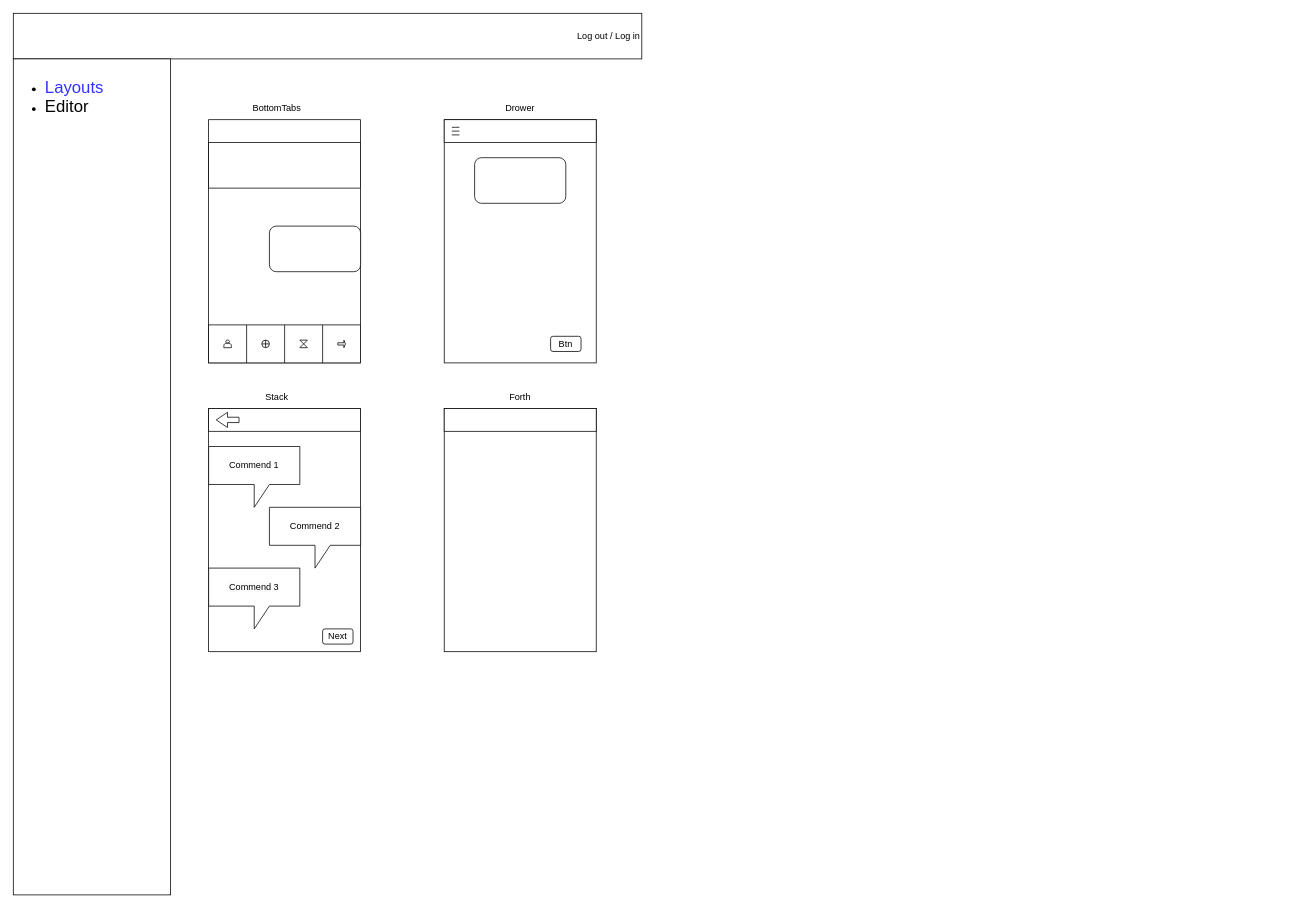
Above: Диаграмма без названия.drawio in Egorwrk/draw.io (draw.io), before the change. Source tidied: cells renumbered, new cells numbered last; positions are measured from the earlier drawing's top-left corner, leaving out a move shared by most shapes. Both pictures are drawn from the tidied source at 76%, with x=0, y=0 at pixel (13, 13).
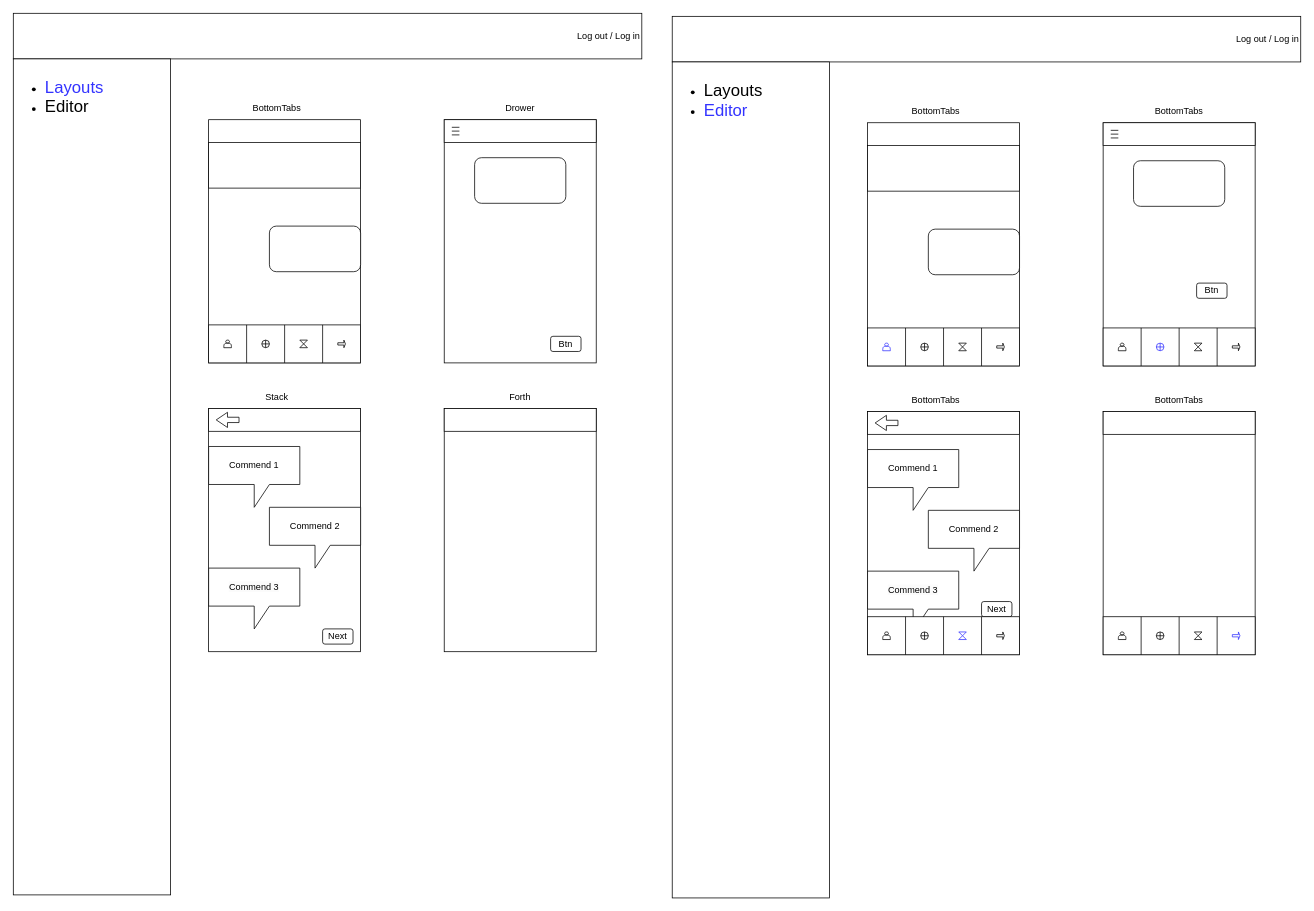
Above is the later version.

Commit message:
Editor Page layout

What changed in the source:
```diff
@@
+    <mxCell id="36" value="Log out / Log in" style="rounded=0;whiteSpace=wrap;html=1;align=right;" parent="1" vertex="1">
+      <mxGeometry x="867" y="4" width="827" height="60" as="geometry" />
+    </mxCell>
+    <mxCell id="37" value="&lt;h2&gt;&lt;ul&gt;&lt;li&gt;&lt;span style=&quot;background-color: initial; font-weight: normal;&quot;&gt;&lt;font style=&quot;font-size: 22px;&quot;&gt;Layouts&lt;/font&gt;&lt;/span&gt;&lt;/li&gt;&lt;li&gt;&lt;span style=&quot;background-color: initial; font-weight: normal;&quot;&gt;&lt;font color=&quot;#3333ff&quot; style=&quot;font-size: 22px;&quot;&gt;Editor&lt;/font&gt;&lt;/span&gt;&lt;/li&gt;&lt;/ul&gt;&lt;/h2&gt;" style="rounded=0;whiteSpace=wrap;html=1;align=left;verticalAlign=top;" parent="1" vertex="1">
+      <mxGeometry x="867" y="64" width="207" height="1100" as="geometry" />
+    </mxCell>
+    <mxCell id="38" style="rounded=0;whiteSpace=wrap;html=1;" parent="1" vertex="1">
+      <mxGeometry x="1124" y="144" width="200" height="320" as="geometry" />
+    </mxCell>
+    <mxCell id="39" style="rounded=0;whiteSpace=wrap;html=1;" parent="1" vertex="1">
+      <mxGeometry x="1434" y="144" width="200" height="320" as="geometry" />
+    </mxCell>
+    <mxCell id="40" style="rounded=0;whiteSpace=wrap;html=1;" parent="1" vertex="1">
+      <mxGeometry x="1124" y="524" width="200" height="320" as="geometry" />
+    </mxCell>
+    <mxCell id="41" style="rounded=0;whiteSpace=wrap;html=1;" parent="1" vertex="1">
+      <mxGeometry x="1434" y="524" width="200" height="320" as="geometry" />
+    </mxCell>
+    <mxCell id="42" style="rounded=0;whiteSpace=wrap;html=1;" parent="1" vertex="1">
+      <mxGeometry x="1124" y="414" width="200" height="50" as="geometry" />
+    </mxCell>
+    <mxCell id="43" style="endArrow=none;html=1;rounded=0;entryX=0.25;entryY=0;entryDx=0;entryDy=0;exitX=0.25;exitY=1;exitDx=0;exitDy=0;" parent="1" edge="1" source="42" target="42">
+      <mxGeometry relative="1" as="geometry" />
+    </mxCell>
+    <mxCell id="44" style="endArrow=none;html=1;rounded=0;entryX=0.5;entryY=0;entryDx=0;entryDy=0;exitX=0.5;exitY=1;exitDx=0;exitDy=0;" parent="1" edge="1" source="42" target="42">
+      <mxGeometry relative="1" as="geometry" />
+    </mxCell>
+    <mxCell id="45" style="endArrow=none;html=1;rounded=0;entryX=0.75;entryY=0;entryDx=0;entryDy=0;exitX=0.75;exitY=1;exitDx=0;exitDy=0;" parent="1" edge="1" source="42" target="42">
+      <mxGeometry relative="1" as="geometry" />
+    </mxCell>
+    <mxCell id="46" style="rounded=0;whiteSpace=wrap;html=1;" parent="1" vertex="1">
+      <mxGeometry x="1124" y="174" width="200" height="60" as="geometry" />
+    </mxCell>
+    <mxCell id="47" style="rounded=1;whiteSpace=wrap;html=1;" parent="1" vertex="1">
+      <mxGeometry x="1204" y="284" width="120" height="60" as="geometry" />
+    </mxCell>
+    <mxCell id="48" value="BottomTabs" style="text;html=1;strokeColor=none;fillColor=none;align=center;verticalAlign=middle;whiteSpace=wrap;rounded=0;" parent="1" vertex="1">
+      <mxGeometry x="1184" y="114" width="60" height="30" as="geometry" />
+    </mxCell>
+    <mxCell id="49" value="BottomTabs" style="text;html=1;strokeColor=none;fillColor=none;align=center;verticalAlign=middle;whiteSpace=wrap;rounded=0;" parent="1" vertex="1">
+      <mxGeometry x="1184" y="494" width="60" height="30" as="geometry" />
+    </mxCell>
+    <mxCell id="50" value="BottomTabs" style="text;html=1;strokeColor=none;fillColor=none;align=center;verticalAlign=middle;whiteSpace=wrap;rounded=0;" parent="1" vertex="1">
+      <mxGeometry x="1504" y="494" width="60" height="30" as="geometry" />
+    </mxCell>
+    <mxCell id="51" value="BottomTabs" style="text;html=1;strokeColor=none;fillColor=none;align=center;verticalAlign=middle;whiteSpace=wrap;rounded=0;" parent="1" vertex="1">
+      <mxGeometry x="1504" y="114" width="60" height="30" as="geometry" />
+    </mxCell>
+    <mxCell id="52" style="rounded=0;whiteSpace=wrap;html=1;" parent="1" vertex="1">
+      <mxGeometry x="1434" y="144" width="200" height="30" as="geometry" />
+    </mxCell>
+    <mxCell id="53" style="endArrow=none;html=1;rounded=0;entryX=0.1;entryY=0.5;entryDx=0;entryDy=0;entryPerimeter=0;" parent="1" edge="1" target="52">
+      <mxGeometry relative="1" as="geometry">
+        <mxPoint x="1444" y="159" as="sourcePoint" />
+      </mxGeometry>
+    </mxCell>
+    <mxCell id="54" style="endArrow=none;html=1;rounded=0;" parent="1" edge="1">
+      <mxGeometry relative="1" as="geometry">
+        <mxPoint x="1444" y="164" as="sourcePoint" />
+        <mxPoint x="1454" y="164" as="targetPoint" />
+      </mxGeometry>
+    </mxCell>
+    <mxCell id="55" style="endArrow=none;html=1;rounded=0;entryX=0.1;entryY=0.333;entryDx=0;entryDy=0;entryPerimeter=0;" parent="1" edge="1" target="52">
+      <mxGeometry relative="1" as="geometry">
+        <mxPoint x="1444" y="154" as="sourcePoint" />
+      </mxGeometry>
+    </mxCell>
+    <mxCell id="56" style="rounded=0;whiteSpace=wrap;html=1;" parent="1" vertex="1">
+      <mxGeometry x="1124" y="524" width="200" height="30" as="geometry" />
+    </mxCell>
+    <mxCell id="57" style="rounded=0;whiteSpace=wrap;html=1;" parent="1" vertex="1">
+      <mxGeometry x="1434" y="524" width="200" height="30" as="geometry" />
+    </mxCell>
+    <mxCell id="58" style="rounded=1;whiteSpace=wrap;html=1;" parent="1" vertex="1">
+      <mxGeometry x="1474" y="194" width="120" height="60" as="geometry" />
+    </mxCell>
+    <mxCell id="59" style="rounded=1;whiteSpace=wrap;html=1;" parent="1" vertex="1">
+      <mxGeometry x="1557" y="355" width="40" height="20" as="geometry" />
+    </mxCell>
+    <mxCell id="60" value="Btn" style="text;html=1;strokeColor=none;fillColor=none;align=center;verticalAlign=middle;whiteSpace=wrap;rounded=0;" parent="1" vertex="1">
+      <mxGeometry x="1547" y="350" width="60" height="30" as="geometry" />
+    </mxCell>
+    <mxCell id="61" style="shape=actor;whiteSpace=wrap;html=1;strokeColor=#3333FF;" parent="1" vertex="1">
+      <mxGeometry x="1144" y="434" width="10" height="10" as="geometry" />
+    </mxCell>
+    <mxCell id="62" style="shape=orEllipse;perimeter=ellipsePerimeter;whiteSpace=wrap;html=1;backgroundOutline=1;" parent="1" vertex="1">
+      <mxGeometry x="1194" y="434" width="10" height="10" as="geometry" />
+    </mxCell>
+    <mxCell id="63" style="shape=collate;whiteSpace=wrap;html=1;" parent="1" vertex="1">
+      <mxGeometry x="1244" y="434" width="10" height="10" as="geometry" />
+    </mxCell>
+    <mxCell id="64" style="shape=singleArrow;whiteSpace=wrap;html=1;" parent="1" vertex="1">
+      <mxGeometry x="1294" y="434" width="10" height="10" as="geometry" />
+    </mxCell>
+    <mxCell id="65" value="Commend 2" style="shape=callout;whiteSpace=wrap;html=1;perimeter=calloutPerimeter;" parent="1" vertex="1">
+      <mxGeometry x="1204" y="654" width="120" height="80" as="geometry" />
+    </mxCell>
+    <mxCell id="66" value="Commend 1" style="shape=callout;whiteSpace=wrap;html=1;perimeter=calloutPerimeter;" parent="1" vertex="1">
+      <mxGeometry x="1124" y="574" width="120" height="80" as="geometry" />
+    </mxCell>
+    <mxCell id="67" value="&lt;span style=&quot;color: rgb(0, 0, 0); font-family: Helvetica; font-size: 12px; font-style: normal; font-variant-ligatures: normal; font-variant-caps: normal; font-weight: 400; letter-spacing: normal; orphans: 2; text-align: center; text-indent: 0px; text-transform: none; widows: 2; word-spacing: 0px; -webkit-text-stroke-width: 0px; background-color: rgb(251, 251, 251); text-decoration-thickness: initial; text-decoration-style: initial; text-decoration-color: initial; float: none; display: inline !important;&quot;&gt;Commend 3&lt;/span&gt;" style="shape=callout;whiteSpace=wrap;html=1;perimeter=calloutPerimeter;" parent="1" vertex="1">
+      <mxGeometry x="1124" y="734" width="120" height="80" as="geometry" />
+    </mxCell>
+    <mxCell id="68" style="html=1;shadow=0;dashed=0;align=center;verticalAlign=middle;shape=mxgraph.arrows2.arrow;dy=0.65;dx=14.84;flipH=1;notch=0;" parent="1" vertex="1">
+      <mxGeometry x="1134" y="529" width="30" height="20" as="geometry" />
+    </mxCell>
+    <mxCell id="69" value="Next" style="rounded=1;whiteSpace=wrap;html=1;" parent="1" vertex="1">
+      <mxGeometry x="1274" y="774" width="40" height="20" as="geometry" />
+    </mxCell>
+    <mxCell id="70" style="rounded=0;whiteSpace=wrap;html=1;" parent="1" vertex="1">
+      <mxGeometry x="1434" y="414" width="200" height="50" as="geometry" />
+    </mxCell>
+    <mxCell id="71" style="endArrow=none;html=1;rounded=0;entryX=0.25;entryY=0;entryDx=0;entryDy=0;exitX=0.25;exitY=1;exitDx=0;exitDy=0;" parent="1" edge="1" source="70" target="70">
+      <mxGeometry relative="1" as="geometry" />
+    </mxCell>
+    <mxCell id="72" style="endArrow=none;html=1;rounded=0;entryX=0.5;entryY=0;entryDx=0;entryDy=0;exitX=0.5;exitY=1;exitDx=0;exitDy=0;" parent="1" edge="1" source="70" target="70">
+      <mxGeometry relative="1" as="geometry" />
+    </mxCell>
+    <mxCell id="73" style="endArrow=none;html=1;rounded=0;entryX=0.75;entryY=0;entryDx=0;entryDy=0;exitX=0.75;exitY=1;exitDx=0;exitDy=0;" parent="1" edge="1" source="70" target="70">
+      <mxGeometry relative="1" as="geometry" />
+    </mxCell>
+    <mxCell id="74" style="shape=actor;whiteSpace=wrap;html=1;" parent="1" vertex="1">
+      <mxGeometry x="1454" y="434" width="10" height="10" as="geometry" />
+    </mxCell>
+    <mxCell id="75" style="shape=orEllipse;perimeter=ellipsePerimeter;whiteSpace=wrap;html=1;backgroundOutline=1;strokeColor=#3333FF;" parent="1" vertex="1">
+      <mxGeometry x="1504" y="434" width="10" height="10" as="geometry" />
+    </mxCell>
+    <mxCell id="76" style="shape=collate;whiteSpace=wrap;html=1;" parent="1" vertex="1">
+      <mxGeometry x="1554" y="434" width="10" height="10" as="geometry" />
+    </mxCell>
+    <mxCell id="77" style="shape=singleArrow;whiteSpace=wrap;html=1;" parent="1" vertex="1">
+      <mxGeometry x="1604" y="434" width="10" height="10" as="geometry" />
+    </mxCell>
+    <mxCell id="78" style="rounded=0;whiteSpace=wrap;html=1;" parent="1" vertex="1">
+      <mxGeometry x="1124" y="794" width="200" height="50" as="geometry" />
+    </mxCell>
+    <mxCell id="79" style="endArrow=none;html=1;rounded=0;entryX=0.25;entryY=0;entryDx=0;entryDy=0;exitX=0.25;exitY=1;exitDx=0;exitDy=0;" parent="1" edge="1" source="78" target="78">
+      <mxGeometry relative="1" as="geometry" />
+    </mxCell>
+    <mxCell id="80" style="endArrow=none;html=1;rounded=0;entryX=0.5;entryY=0;entryDx=0;entryDy=0;exitX=0.5;exitY=1;exitDx=0;exitDy=0;" parent="1" edge="1" source="78" target="78">
+      <mxGeometry relative="1" as="geometry" />
+    </mxCell>
+    <mxCell id="81" style="endArrow=none;html=1;rounded=0;entryX=0.75;entryY=0;entryDx=0;entryDy=0;exitX=0.75;exitY=1;exitDx=0;exitDy=0;" parent="1" edge="1" source="78" target="78">
+      <mxGeometry relative="1" as="geometry" />
+    </mxCell>
+    <mxCell id="82" style="shape=actor;whiteSpace=wrap;html=1;" parent="1" vertex="1">
+      <mxGeometry x="1144" y="814" width="10" height="10" as="geometry" />
+    </mxCell>
+    <mxCell id="83" style="shape=orEllipse;perimeter=ellipsePerimeter;whiteSpace=wrap;html=1;backgroundOutline=1;" parent="1" vertex="1">
+      <mxGeometry x="1194" y="814" width="10" height="10" as="geometry" />
+    </mxCell>
+    <mxCell id="84" style="shape=collate;whiteSpace=wrap;html=1;strokeColor=#3333FF;" parent="1" vertex="1">
+      <mxGeometry x="1244" y="814" width="10" height="10" as="geometry" />
+    </mxCell>
+    <mxCell id="85" style="shape=singleArrow;whiteSpace=wrap;html=1;" parent="1" vertex="1">
+      <mxGeometry x="1294" y="814" width="10" height="10" as="geometry" />
+    </mxCell>
+    <mxCell id="86" style="rounded=0;whiteSpace=wrap;html=1;" parent="1" vertex="1">
+      <mxGeometry x="1434" y="794" width="200" height="50" as="geometry" />
+    </mxCell>
+    <mxCell id="87" style="endArrow=none;html=1;rounded=0;entryX=0.25;entryY=0;entryDx=0;entryDy=0;exitX=0.25;exitY=1;exitDx=0;exitDy=0;" parent="1" edge="1" source="86" target="86">
+      <mxGeometry relative="1" as="geometry" />
+    </mxCell>
+    <mxCell id="88" style="endArrow=none;html=1;rounded=0;entryX=0.5;entryY=0;entryDx=0;entryDy=0;exitX=0.5;exitY=1;exitDx=0;exitDy=0;" parent="1" edge="1" source="86" target="86">
+      <mxGeometry relative="1" as="geometry" />
+    </mxCell>
+    <mxCell id="89" style="endArrow=none;html=1;rounded=0;entryX=0.75;entryY=0;entryDx=0;entryDy=0;exitX=0.75;exitY=1;exitDx=0;exitDy=0;" parent="1" edge="1" source="86" target="86">
+      <mxGeometry relative="1" as="geometry" />
+    </mxCell>
+    <mxCell id="90" style="shape=actor;whiteSpace=wrap;html=1;" parent="1" vertex="1">
+      <mxGeometry x="1454" y="814" width="10" height="10" as="geometry" />
+    </mxCell>
+    <mxCell id="91" style="shape=orEllipse;perimeter=ellipsePerimeter;whiteSpace=wrap;html=1;backgroundOutline=1;" parent="1" vertex="1">
+      <mxGeometry x="1504" y="814" width="10" height="10" as="geometry" />
+    </mxCell>
+    <mxCell id="92" style="shape=collate;whiteSpace=wrap;html=1;" parent="1" vertex="1">
+      <mxGeometry x="1554" y="814" width="10" height="10" as="geometry" />
+    </mxCell>
+    <mxCell id="93" style="shape=singleArrow;whiteSpace=wrap;html=1;strokeColor=#3333FF;" parent="1" vertex="1">
+      <mxGeometry x="1604" y="814" width="10" height="10" as="geometry" />
+    </mxCell>
```
